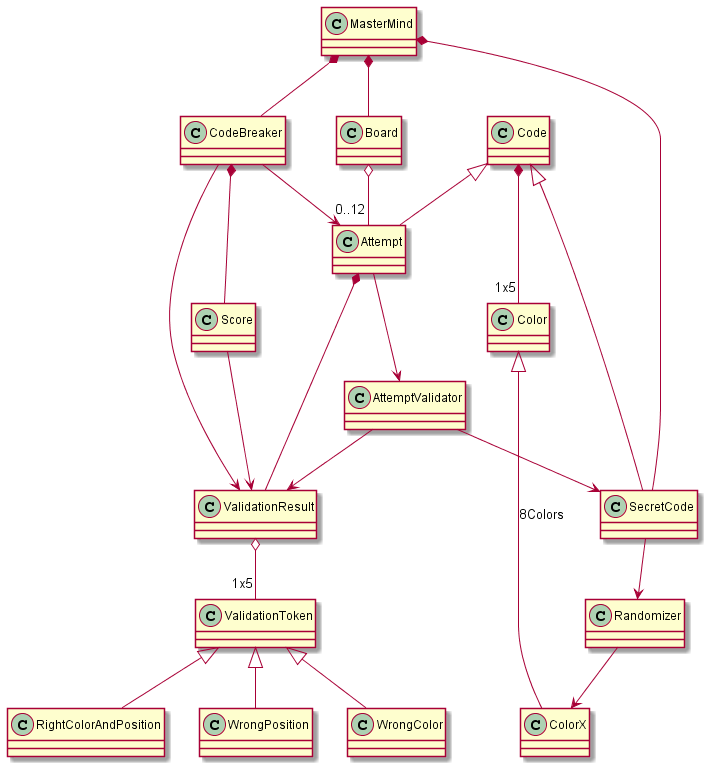
Above: OnePlayerVersion/MasterMindOnePlayer.png in Master-Desarrollo-20-21/ejercicio-2-modelo-de-dominio-mastermind-rbadenas (PlantUML), before the change.
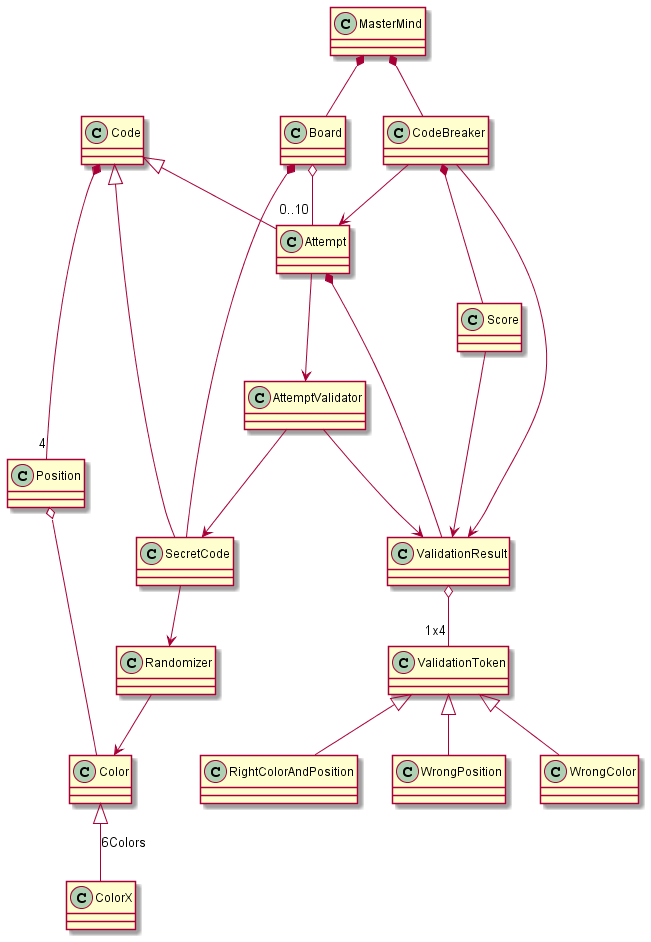
After the commit.

Change to the diagram source:
```diff
@@ -2,9 +2,9 @@
 
 MasterMind *-- Board
 MasterMind *-- CodeBreaker
-MasterMind *-- SecretCode
 
-Board o-- "0..12" Attempt
+Board o-- "0..10" Attempt
+Board *-- SecretCode
 
 CodeBreaker --> Attempt
 CodeBreaker --> ValidationResult
@@ -13,7 +13,8 @@
 
 Code <|-- Attempt
 Code <|-- SecretCode
-Code *-- "1x5" Color
+Code *-- "4" Position
+Position o-- Color
 
 Attempt *-- ValidationResult
 Attempt --> AttemptValidator
@@ -24,13 +25,13 @@
 
 
 
-Color <|-- ColorX : 8Colors
+Color <|-- ColorX : 6Colors
 
-ValidationResult o-- "1x5" ValidationToken
+ValidationResult o-- "1x4" ValidationToken
 ValidationToken <|-- RightColorAndPosition
 ValidationToken <|-- WrongPosition
 ValidationToken <|-- WrongColor
 
-Randomizer --> ColorX
+Randomizer --> Color
 
 @enduml
```
